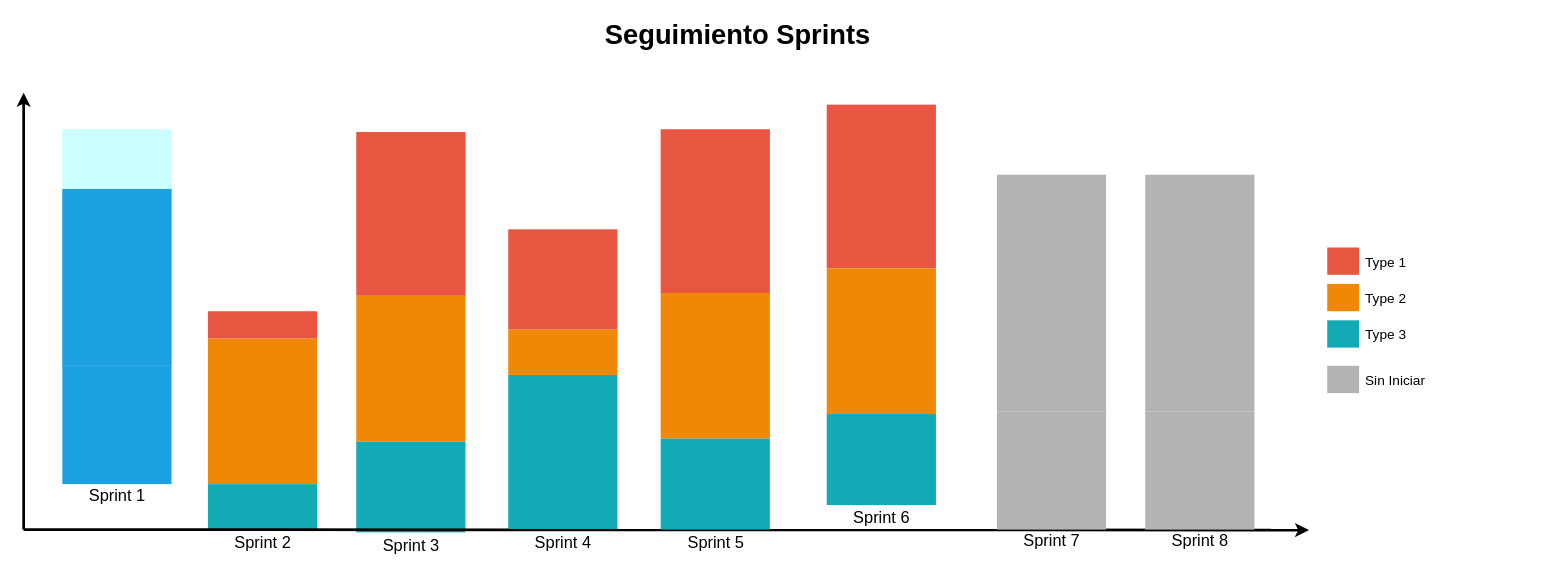
lilitoones/ejercicios-open-bootcamp keeps this draw.io diagram as sprints.drawio. Above is the earlier version. Source tidied: cells renumbered, new cells numbered last; positions are measured from the earlier drawing's top-left corner, leaving out a move shared by most shapes. Both pictures are drawn from the tidied source at 91%, with x=0, y=0 at pixel (24, 15).
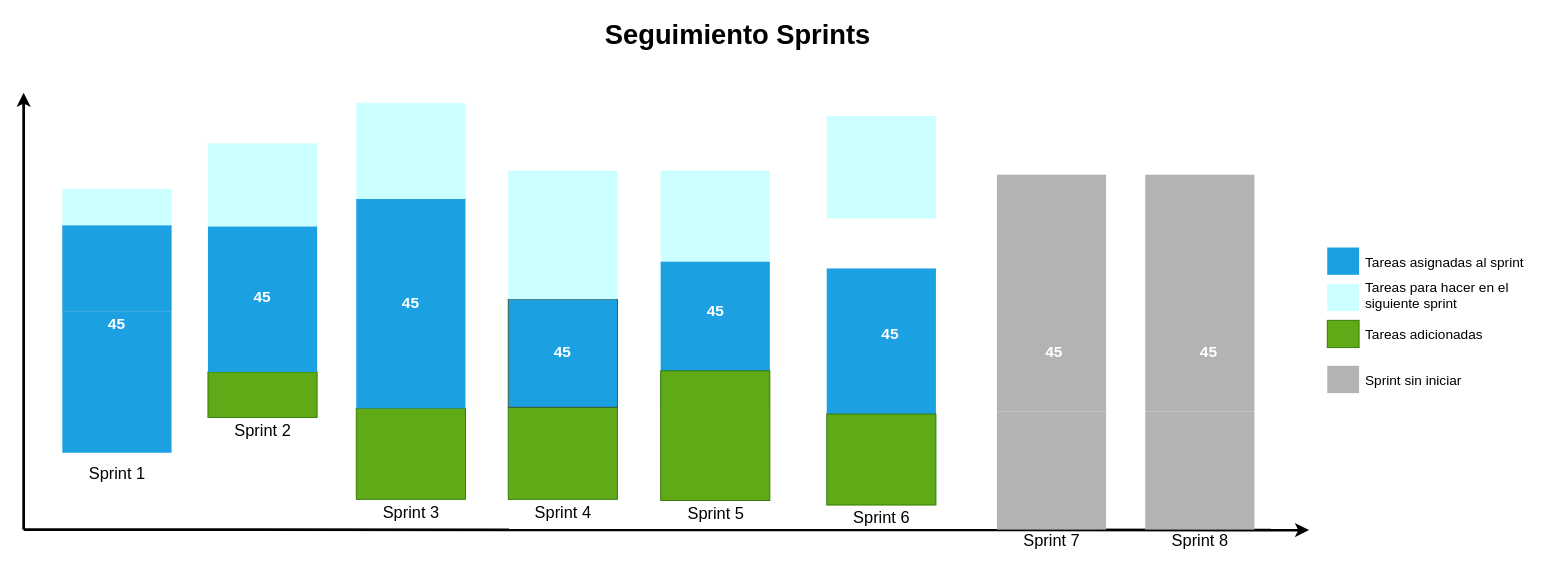
After the change.

Diff of the diagram source:
```diff
@@
     <mxCell id="2" style="whiteSpace=wrap;fillColor=#1ba1e2;gradientDirection=east;strokeColor=none;html=1;fontColor=#ffffff;strokeWidth=0;" parent="1" vertex="1">
-      <mxGeometry x="42" y="384.5" width="120" height="130" as="geometry" />
+      <mxGeometry x="42" y="324.5" width="120" height="155.5" as="geometry" />
     </mxCell>
-    <mxCell id="3" style="whiteSpace=wrap;fillColor=#12AAB5;gradientColor=none;gradientDirection=east;strokeColor=none;html=1;fontColor=#23445d;" parent="1" vertex="1">
-      <mxGeometry x="202" y="514.5" width="120" height="50" as="geometry" />
+    <mxCell id="3" style="whiteSpace=wrap;fillColor=#60a917;gradientDirection=east;strokeColor=#2D7600;html=1;fontColor=#ffffff;" parent="1" vertex="1">
+      <mxGeometry x="202" y="391.2" width="120" height="50" as="geometry" />
     </mxCell>
-    <mxCell id="4" style="whiteSpace=wrap;fillColor=#12AAB5;gradientColor=none;gradientDirection=east;strokeColor=none;html=1;fontColor=#23445d;" parent="1" vertex="1">
-      <mxGeometry x="365" y="467.5" width="120" height="100" as="geometry" />
+    <mxCell id="4" style="whiteSpace=wrap;fillColor=#60a917;gradientDirection=east;strokeColor=#2D7600;html=1;fontColor=#ffffff;" parent="1" vertex="1">
+      <mxGeometry x="365" y="431.2" width="120" height="100" as="geometry" />
     </mxCell>
-    <mxCell id="5" style="whiteSpace=wrap;fillColor=#12AAB5;gradientColor=none;gradientDirection=east;strokeColor=none;html=1;fontColor=#23445d;" parent="1" vertex="1">
-      <mxGeometry x="532" y="394.5" width="120" height="170" as="geometry" />
+    <mxCell id="5" style="whiteSpace=wrap;fillColor=#60a917;gradientDirection=east;strokeColor=#2D7600;html=1;fontColor=#ffffff;" parent="1" vertex="1">
+      <mxGeometry x="532" y="430" width="120" height="101.2" as="geometry" />
     </mxCell>
@@
     <mxCell id="7" style="whiteSpace=wrap;fillColor=#1ba1e2;gradientDirection=east;strokeColor=#006EAF;html=1;fontColor=#ffffff;strokeWidth=0;" parent="1" vertex="1">
-      <mxGeometry x="42" y="190" width="120" height="194.5" as="geometry" />
+      <mxGeometry x="42" y="230" width="120" height="94.5" as="geometry" />
     </mxCell>
     <mxCell id="8" style="whiteSpace=wrap;fillColor=#CCFFFF;gradientDirection=east;strokeColor=none;html=1;fontColor=#ffffff;strokeWidth=0;" parent="1" vertex="1">
-      <mxGeometry x="42" y="124.5" width="120" height="65.5" as="geometry" />
+      <mxGeometry x="42" y="190" width="120" height="40" as="geometry" />
     </mxCell>
-    <mxCell id="9" style="whiteSpace=wrap;fillColor=#F08705;gradientColor=none;gradientDirection=east;strokeColor=none;html=1;fontColor=#23445d;" parent="1" vertex="1">
-      <mxGeometry x="202" y="354.5" width="120" height="160" as="geometry" />
+    <mxCell id="9" style="whiteSpace=wrap;fillColor=#1BA1E2;gradientColor=none;gradientDirection=east;strokeColor=none;html=1;fontColor=#23445d;" parent="1" vertex="1">
+      <mxGeometry x="202" y="231.2" width="120" height="160" as="geometry" />
     </mxCell>
-    <mxCell id="10" style="whiteSpace=wrap;fillColor=#E85642;gradientColor=none;gradientDirection=east;strokeColor=none;html=1;fontColor=#23445d;" parent="1" vertex="1">
-      <mxGeometry x="202" y="324.5" width="120" height="30" as="geometry" />
+    <mxCell id="10" style="whiteSpace=wrap;fillColor=#CCFFFF;gradientColor=none;gradientDirection=east;strokeColor=none;html=1;fontColor=#23445d;" parent="1" vertex="1">
+      <mxGeometry x="202" y="140" width="120" height="91.2" as="geometry" />
     </mxCell>
-    <mxCell id="11" style="whiteSpace=wrap;fillColor=#F08705;gradientColor=none;gradientDirection=east;strokeColor=none;html=1;fontColor=#23445d;" parent="1" vertex="1">
-      <mxGeometry x="365" y="307.5" width="120" height="160" as="geometry" />
+    <mxCell id="11" style="whiteSpace=wrap;fillColor=#1BA1E2;gradientColor=none;gradientDirection=east;strokeColor=none;html=1;fontColor=#23445d;" parent="1" vertex="1">
+      <mxGeometry x="365" y="200" width="120" height="231.2" as="geometry" />
     </mxCell>
-    <mxCell id="12" style="whiteSpace=wrap;fillColor=#E85642;gradientColor=none;gradientDirection=east;strokeColor=none;html=1;fontColor=#23445d;" parent="1" vertex="1">
-      <mxGeometry x="365" y="127.5" width="120" height="180" as="geometry" />
+    <mxCell id="12" style="whiteSpace=wrap;fillColor=#CCFFFF;gradientColor=none;gradientDirection=east;strokeColor=none;html=1;fontColor=#23445d;" parent="1" vertex="1">
+      <mxGeometry x="365" y="95.6" width="120" height="105.6" as="geometry" />
     </mxCell>
@@
     <mxCell id="14" value="Sprint 1" style="text;spacingTop=-5;align=center;verticalAlign=middle;fontStyle=0;html=1;fontSize=18;strokeColor=none;" parent="1" vertex="1">
-      <mxGeometry x="42" y="514.5" width="120" height="30" as="geometry" />
+      <mxGeometry x="42" y="490" width="120" height="30" as="geometry" />
     </mxCell>
     <mxCell id="15" value="Sprint 2" style="text;spacingTop=-5;align=center;verticalAlign=middle;fontStyle=0;html=1;fontSize=18;strokeColor=none;" parent="1" vertex="1">
-      <mxGeometry x="202" y="566.5" width="120" height="30" as="geometry" />
+      <mxGeometry x="202" y="443.2" width="120" height="30" as="geometry" />
     </mxCell>
     <mxCell id="16" value="Sprint 3" style="text;spacingTop=-5;align=center;verticalAlign=middle;fontStyle=0;html=1;fontSize=18;strokeColor=none;" parent="1" vertex="1">
-      <mxGeometry x="365" y="569.5" width="120" height="30" as="geometry" />
+      <mxGeometry x="365" y="533.2" width="120" height="30" as="geometry" />
     </mxCell>
-    <mxCell id="17" style="whiteSpace=wrap;fillColor=#12AAB5;gradientColor=none;gradientDirection=east;strokeColor=none;html=1;fontColor=#23445d;" parent="1" vertex="1">
+    <mxCell id="17" style="whiteSpace=wrap;fillColor=#60a917;gradientDirection=east;strokeColor=#2D7600;html=1;fontColor=#ffffff;" parent="1" vertex="1">
       <mxGeometry x="1432" y="334.5" width="35" height="30" as="geometry" />
     </mxCell>
-    <mxCell id="18" style="whiteSpace=wrap;fillColor=#F08705;gradientColor=none;gradientDirection=east;strokeColor=none;html=1;fontColor=#23445d;" parent="1" vertex="1">
+    <mxCell id="18" style="whiteSpace=wrap;fillColor=#CCFFFF;gradientColor=none;gradientDirection=east;strokeColor=none;html=1;fontColor=#23445d;" parent="1" vertex="1">
       <mxGeometry x="1432" y="294.5" width="35" height="30" as="geometry" />
     </mxCell>
-    <mxCell id="19" style="whiteSpace=wrap;fillColor=#E85642;gradientColor=none;gradientDirection=east;strokeColor=none;html=1;fontColor=#23445d;" parent="1" vertex="1">
+    <mxCell id="19" style="whiteSpace=wrap;fillColor=#1BA1E2;gradientColor=none;gradientDirection=east;strokeColor=none;html=1;fontColor=#23445d;" parent="1" vertex="1">
       <mxGeometry x="1432" y="254.5" width="35" height="30" as="geometry" />
     </mxCell>
-    <mxCell id="20" value="Type 1" style="text;spacingTop=-5;html=1;fontSize=15;" parent="1" vertex="1">
+    <mxCell id="20" value="Tareas asignadas al sprint" style="text;spacingTop=-5;html=1;fontSize=15;" parent="1" vertex="1">
       <mxGeometry x="1472" y="259.5" width="80" height="20" as="geometry" />
     </mxCell>
-    <mxCell id="21" value="Type 2" style="text;spacingTop=-5;html=1;fontSize=15;" parent="1" vertex="1">
-      <mxGeometry x="1472" y="299.5" width="80" height="20" as="geometry" />
+    <mxCell id="21" value="Tareas para hacer en el siguiente sprint" style="text;spacingTop=-5;html=1;fontSize=15;whiteSpace=wrap;" parent="1" vertex="1">
+      <mxGeometry x="1472" y="287.5" width="200" height="20" as="geometry" />
     </mxCell>
-    <mxCell id="22" value="Type 3" style="text;spacingTop=-5;html=1;fontSize=15;" parent="1" vertex="1">
+    <mxCell id="22" value="Tareas adicionadas" style="text;spacingTop=-5;html=1;fontSize=15;" parent="1" vertex="1">
       <mxGeometry x="1472" y="339.5" width="80" height="20" as="geometry" />
     </mxCell>
@@
-    <mxCell id="24" style="whiteSpace=wrap;fillColor=#F08705;gradientColor=none;gradientDirection=east;strokeColor=none;html=1;fontColor=#23445d;" parent="1" vertex="1">
-      <mxGeometry x="532" y="344.5" width="120" height="50" as="geometry" />
+    <mxCell id="24" style="whiteSpace=wrap;fillColor=#1BA1E2;gradientDirection=east;strokeColor=#3A5431;html=1;fontColor=#ffffff;" parent="1" vertex="1">
+      <mxGeometry x="532" y="311.2" width="120" height="118.8" as="geometry" />
     </mxCell>
-    <mxCell id="25" style="whiteSpace=wrap;fillColor=#E85642;gradientColor=none;gradientDirection=east;strokeColor=none;html=1;fontColor=#23445d;" parent="1" vertex="1">
-      <mxGeometry x="532" y="234.5" width="120" height="110" as="geometry" />
+    <mxCell id="25" style="whiteSpace=wrap;fillColor=#CCFFFF;gradientColor=none;gradientDirection=east;strokeColor=none;html=1;fontColor=#23445d;" parent="1" vertex="1">
+      <mxGeometry x="532" y="170" width="120" height="141.2" as="geometry" />
     </mxCell>
     <mxCell id="26" value="Sprint 4" style="text;spacingTop=-5;align=center;verticalAlign=middle;fontStyle=0;html=1;fontSize=18;strokeColor=none;" parent="1" vertex="1">
-      <mxGeometry x="532" y="566.5" width="120" height="30" as="geometry" />
+      <mxGeometry x="532" y="533.2" width="120" height="30" as="geometry" />
     </mxCell>
-    <mxCell id="27" style="whiteSpace=wrap;fillColor=#E85642;gradientColor=none;gradientDirection=east;strokeColor=none;html=1;fontColor=#23445d;" parent="1" vertex="1">
-      <mxGeometry x="699.5" y="124.5" width="120" height="180" as="geometry" />
+    <mxCell id="27" style="whiteSpace=wrap;fillColor=#CCFFFF;gradientColor=none;gradientDirection=east;strokeColor=none;html=1;fontColor=#23445d;" parent="1" vertex="1">
+      <mxGeometry x="699.5" y="170" width="120" height="99.5" as="geometry" />
     </mxCell>
-    <mxCell id="28" style="whiteSpace=wrap;fillColor=#F08705;gradientColor=none;gradientDirection=east;strokeColor=none;html=1;fontColor=#23445d;" parent="1" vertex="1">
-      <mxGeometry x="699.5" y="304.5" width="120" height="160" as="geometry" />
+    <mxCell id="28" style="whiteSpace=wrap;fillColor=#1BA1E2;gradientColor=none;gradientDirection=east;strokeColor=none;html=1;fontColor=#23445d;" parent="1" vertex="1">
+      <mxGeometry x="699.5" y="270" width="120" height="162.5" as="geometry" />
     </mxCell>
-    <mxCell id="29" style="whiteSpace=wrap;fillColor=#12AAB5;gradientColor=none;gradientDirection=east;strokeColor=none;html=1;fontColor=#23445d;" parent="1" vertex="1">
-      <mxGeometry x="699.5" y="464.5" width="120" height="100" as="geometry" />
+    <mxCell id="29" style="whiteSpace=wrap;fillColor=#60a917;gradientDirection=east;strokeColor=#2D7600;html=1;fontColor=#ffffff;" parent="1" vertex="1">
+      <mxGeometry x="699.5" y="390" width="120" height="142.5" as="geometry" />
     </mxCell>
     <mxCell id="30" value="Sprint 5" style="text;spacingTop=-5;align=center;verticalAlign=middle;fontStyle=0;html=1;fontSize=18;strokeColor=none;" parent="1" vertex="1">
-      <mxGeometry x="699.5" y="566.5" width="120" height="30" as="geometry" />
+      <mxGeometry x="699.5" y="534.5" width="120" height="30" as="geometry" />
     </mxCell>
-    <mxCell id="31" style="whiteSpace=wrap;fillColor=#E85642;gradientColor=none;gradientDirection=east;strokeColor=none;html=1;fontColor=#23445d;" parent="1" vertex="1">
-      <mxGeometry x="882" y="97.5" width="120" height="180" as="geometry" />
+    <mxCell id="31" style="whiteSpace=wrap;fillColor=#CCFFFF;gradientColor=none;gradientDirection=east;strokeColor=none;html=1;fontColor=#23445d;" parent="1" vertex="1">
+      <mxGeometry x="882" y="110" width="120" height="112.5" as="geometry" />
     </mxCell>
-    <mxCell id="32" style="whiteSpace=wrap;fillColor=#F08705;gradientColor=none;gradientDirection=east;strokeColor=none;html=1;fontColor=#23445d;" parent="1" vertex="1">
+    <mxCell id="32" style="whiteSpace=wrap;fillColor=#1BA1E2;gradientColor=none;gradientDirection=east;strokeColor=none;html=1;fontColor=#23445d;" parent="1" vertex="1">
       <mxGeometry x="882" y="277.5" width="120" height="160" as="geometry" />
     </mxCell>
-    <mxCell id="33" style="whiteSpace=wrap;fillColor=#12AAB5;gradientColor=none;gradientDirection=east;strokeColor=none;html=1;fontColor=#23445d;" parent="1" vertex="1">
+    <mxCell id="33" style="whiteSpace=wrap;fillColor=#60a917;gradientDirection=east;strokeColor=#2D7600;html=1;fontColor=#ffffff;" parent="1" vertex="1">
       <mxGeometry x="882" y="437.5" width="120" height="100" as="geometry" />
     </mxCell>
@@
-    <mxCell id="44" value="Sin Iniciar" style="text;spacingTop=-5;html=1;fontSize=15;" parent="1" vertex="1">
+    <mxCell id="44" value="Sprint sin iniciar" style="text;spacingTop=-5;html=1;fontSize=15;" parent="1" vertex="1">
       <mxGeometry x="1472" y="389.5" width="80" height="20" as="geometry" />
     </mxCell>
+    <mxCell id="45" value="45" style="text;html=1;strokeColor=none;fillColor=none;align=center;verticalAlign=middle;whiteSpace=wrap;rounded=0;fontStyle=1;fontSize=17;fontColor=#FFFFFF;" parent="1" vertex="1">
+      <mxGeometry x="72" y="324.5" width="60" height="30" as="geometry" />
+    </mxCell>
+    <mxCell id="46" value="45" style="text;html=1;strokeColor=none;fillColor=none;align=center;verticalAlign=middle;whiteSpace=wrap;rounded=0;fontStyle=1;fontSize=17;fontColor=#FFFFFF;" parent="1" vertex="1">
+      <mxGeometry x="232" y="294.5" width="60" height="30" as="geometry" />
+    </mxCell>
+    <mxCell id="47" value="45" style="text;html=1;strokeColor=none;fillColor=none;align=center;verticalAlign=middle;whiteSpace=wrap;rounded=0;fontStyle=1;fontSize=17;fontColor=#FFFFFF;" parent="1" vertex="1">
+      <mxGeometry x="395" y="300.6" width="60" height="30" as="geometry" />
+    </mxCell>
+    <mxCell id="48" value="45" style="text;html=1;strokeColor=none;fillColor=none;align=center;verticalAlign=middle;whiteSpace=wrap;rounded=0;fontStyle=1;fontSize=17;fontColor=#FFFFFF;" parent="1" vertex="1">
+      <mxGeometry x="562" y="354.5" width="60" height="30" as="geometry" />
+    </mxCell>
+    <mxCell id="49" value="45" style="text;html=1;strokeColor=none;fillColor=none;align=center;verticalAlign=middle;whiteSpace=wrap;rounded=0;fontStyle=1;fontSize=17;fontColor=#FFFFFF;" parent="1" vertex="1">
+      <mxGeometry x="729.5" y="310" width="60" height="30" as="geometry" />
+    </mxCell>
+    <mxCell id="50" value="45" style="text;html=1;strokeColor=none;fillColor=none;align=center;verticalAlign=middle;whiteSpace=wrap;rounded=0;fontStyle=1;fontSize=17;fontColor=#FFFFFF;" parent="1" vertex="1">
+      <mxGeometry x="922" y="336.2" width="60" height="30" as="geometry" />
+    </mxCell>
+    <mxCell id="51" value="45" style="text;html=1;strokeColor=none;fillColor=none;align=center;verticalAlign=middle;whiteSpace=wrap;rounded=0;fontStyle=1;fontSize=17;fontColor=#FFFFFF;" parent="1" vertex="1">
+      <mxGeometry x="1102" y="354.5" width="60" height="30" as="geometry" />
+    </mxCell>
+    <mxCell id="52" value="45" style="text;html=1;strokeColor=none;fillColor=none;align=center;verticalAlign=middle;whiteSpace=wrap;rounded=0;fontStyle=1;fontSize=17;fontColor=#FFFFFF;" parent="1" vertex="1">
+      <mxGeometry x="1272" y="354.5" width="60" height="30" as="geometry" />
+    </mxCell>
```
